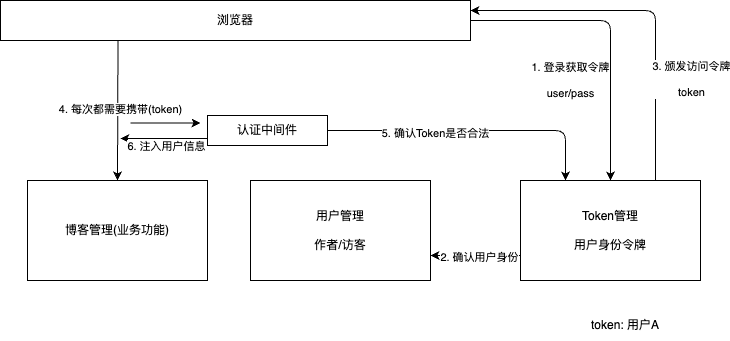
yyyyff/go_study keeps this draw.io diagram as vblog/docs/images/design.png. Above is the earlier version. Source tidied: cells renumbered, new cells last; positions are measured from the earlier drawing's top-left corner, leaving out a move shared by most shapes. The source it was exported from:
```xml
<mxGraphModel>
  <root>
    <mxCell id="0" />
    <mxCell id="1" parent="0" />
    <mxCell id="2" value="博客管理(业务功能)" style="rounded=0;whiteSpace=wrap;html=1;" parent="1" vertex="1">
      <mxGeometry x="27" y="180" width="180" height="100" as="geometry" />
    </mxCell>
    <mxCell id="3" value="用户管理&lt;br&gt;&lt;br&gt;作者/访客" style="rounded=0;whiteSpace=wrap;html=1;" parent="1" vertex="1">
      <mxGeometry x="250" y="180" width="180" height="100" as="geometry" />
    </mxCell>
    <mxCell id="4" style="edgeStyle=none;html=1;exitX=0.25;exitY=1;exitDx=0;exitDy=0;entryX=0.5;entryY=0;entryDx=0;entryDy=0;" parent="1" edge="1" source="7" target="2">
      <mxGeometry relative="1" as="geometry" />
    </mxCell>
    <mxCell id="5" value="4. 每次都需要携带(token)" style="edgeLabel;html=1;align=center;verticalAlign=middle;points=[];" parent="4" vertex="1">
      <mxGeometry x="-0.03" y="2" relative="1" as="geometry" />
    </mxCell>
    <mxCell id="6" value="1. 登录获取令牌&lt;br&gt;&lt;br&gt;user/pass" style="edgeStyle=orthogonalEdgeStyle;html=1;exitX=1;exitY=0.5;exitDx=0;exitDy=0;entryX=0.5;entryY=0;entryDx=0;entryDy=0;" parent="1" edge="1" source="7" target="18">
      <mxGeometry x="0.33" y="-40" relative="1" as="geometry" />
    </mxCell>
    <mxCell id="7" value="浏览器" style="rounded=0;whiteSpace=wrap;html=1;" parent="1" vertex="1">
      <mxGeometry width="470" height="40" as="geometry" />
    </mxCell>
    <mxCell id="8" style="edgeStyle=orthogonalEdgeStyle;html=1;exitX=0;exitY=1;exitDx=0;exitDy=0;" parent="1" edge="1">
      <mxGeometry relative="1" as="geometry">
        <mxPoint x="207" y="138" as="sourcePoint" />
        <mxPoint x="120" y="138" as="targetPoint" />
        <Array as="points">
          <mxPoint x="190" y="138" />
          <mxPoint x="190" y="138" />
        </Array>
      </mxGeometry>
    </mxCell>
    <mxCell id="9" value="6. 注入用户信息" style="edgeLabel;html=1;align=center;verticalAlign=middle;" parent="8" vertex="1">
      <mxGeometry x="-0.03" y="-5" relative="1" as="geometry">
        <mxPoint y="12" as="offset" />
      </mxGeometry>
    </mxCell>
    <mxCell id="10" style="edgeStyle=orthogonalEdgeStyle;html=1;exitX=1;exitY=0.5;exitDx=0;exitDy=0;entryX=0.25;entryY=0;entryDx=0;entryDy=0;" parent="1" edge="1" source="12" target="18">
      <mxGeometry relative="1" as="geometry" />
    </mxCell>
    <mxCell id="11" value="5. 确认Token是否合法" style="edgeLabel;html=1;align=center;verticalAlign=middle;" parent="10" vertex="1">
      <mxGeometry x="-0.26" y="-2" relative="1" as="geometry" />
    </mxCell>
    <mxCell id="12" value="认证中间件" style="rounded=0;whiteSpace=wrap;html=1;" parent="1" vertex="1">
      <mxGeometry x="207" y="115" width="120" height="30" as="geometry" />
    </mxCell>
    <mxCell id="13" style="endArrow=classic;html=1;" parent="1" edge="1">
      <mxGeometry relative="1" as="geometry">
        <mxPoint x="130" y="122.5" as="sourcePoint" />
        <mxPoint x="200" y="122.5" as="targetPoint" />
      </mxGeometry>
    </mxCell>
    <mxCell id="14" style="edgeStyle=orthogonalEdgeStyle;html=1;exitX=0.75;exitY=0;exitDx=0;exitDy=0;entryX=1;entryY=0.25;entryDx=0;entryDy=0;" parent="1" edge="1" source="18" target="7">
      <mxGeometry relative="1" as="geometry" />
    </mxCell>
    <mxCell id="15" value="3. 颁发访问令牌&lt;br&gt;&lt;br&gt;token" style="edgeLabel;html=1;align=center;verticalAlign=middle;" parent="14" vertex="1">
      <mxGeometry x="-0.36" y="-4" relative="1" as="geometry">
        <mxPoint x="31" y="12" as="offset" />
      </mxGeometry>
    </mxCell>
    <mxCell id="16" style="edgeStyle=orthogonalEdgeStyle;html=1;exitX=0;exitY=0.75;exitDx=0;exitDy=0;entryX=1;entryY=0.75;entryDx=0;entryDy=0;" parent="1" edge="1" source="18" target="3">
      <mxGeometry relative="1" as="geometry" />
    </mxCell>
    <mxCell id="17" value="2. 确认用户身份" style="edgeLabel;html=1;align=center;verticalAlign=middle;" parent="16" vertex="1">
      <mxGeometry x="-0.06" y="1" relative="1" as="geometry" />
    </mxCell>
    <mxCell id="18" value="Token管理&lt;br&gt;&lt;br&gt;用户身份令牌" style="rounded=0;whiteSpace=wrap;html=1;" parent="1" vertex="1">
      <mxGeometry x="520" y="180" width="180" height="100" as="geometry" />
    </mxCell>
    <mxCell id="19" value="token: 用户A" style="text;html=1;strokeColor=none;fillColor=none;align=center;verticalAlign=middle;whiteSpace=wrap;rounded=0;" parent="1" vertex="1">
      <mxGeometry x="570" y="310" width="110" height="30" as="geometry" />
    </mxCell>
  </root>
</mxGraphModel>
```
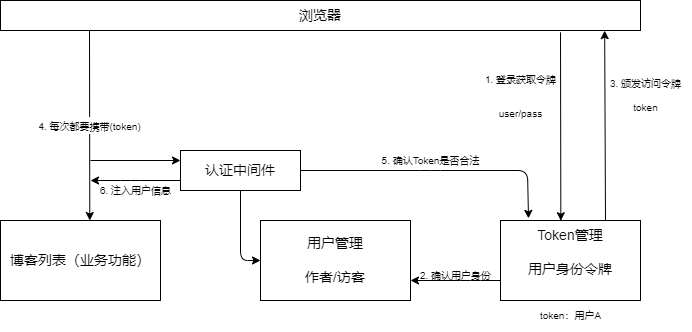
After the change.

Diff of the diagram source:
```diff
@@ -2,73 +2,84 @@
   <root>
     <mxCell id="0" />
     <mxCell id="1" parent="0" />
+    <mxCell id="20" value="&lt;font style=&quot;font-size: 14px;&quot;&gt;博客列表（业务功能）&lt;/font&gt;" style="rounded=0;whiteSpace=wrap;html=1;" parent="1" vertex="1">
+      <mxGeometry x="-60" y="370" width="160" height="80" as="geometry" />
+    </mxCell>
-    <mxCell id="2" value="博客管理(业务功能)" style="rounded=0;whiteSpace=wrap;html=1;" parent="1" vertex="1">
-      <mxGeometry x="27" y="180" width="180" height="100" as="geometry" />
+    <mxCell id="2" value="&lt;font style=&quot;font-size: 14px;&quot;&gt;用户管理&lt;br&gt;&lt;br&gt;作者/访客&lt;/font&gt;" style="rounded=0;whiteSpace=wrap;html=1;" parent="1" vertex="1">
+      <mxGeometry x="200" y="370" width="150" height="80" as="geometry" />
     </mxCell>
-    <mxCell id="3" value="用户管理&lt;br&gt;&lt;br&gt;作者/访客" style="rounded=0;whiteSpace=wrap;html=1;" parent="1" vertex="1">
-      <mxGeometry x="250" y="180" width="180" height="100" as="geometry" />
-    </mxCell>
-    <mxCell id="4" style="edgeStyle=none;html=1;exitX=0.25;exitY=1;exitDx=0;exitDy=0;entryX=0.5;entryY=0;entryDx=0;entryDy=0;" parent="1" edge="1" source="7" target="2">
-      <mxGeometry relative="1" as="geometry" />
+    <mxCell id="4" value="&lt;font style=&quot;font-size: 10px;&quot;&gt;4. 每次都要携带(token)&lt;/font&gt;" style="edgeStyle=none;html=1;entryX=0.558;entryY=0;entryDx=0;entryDy=0;entryPerimeter=0;fontSize=14;" parent="1" edge="1" target="20">
+      <mxGeometry relative="1" as="geometry">
+        <mxPoint x="29" y="180" as="sourcePoint" />
+      </mxGeometry>
     </mxCell>
+    <mxCell id="7" value="浏览器" style="rounded=0;whiteSpace=wrap;html=1;fontSize=14;" parent="1" vertex="1">
+      <mxGeometry x="-60" y="150" width="640" height="30" as="geometry" />
+    </mxCell>
+    <mxCell id="12" style="edgeStyle=none;html=1;exitX=0.5;exitY=1;exitDx=0;exitDy=0;entryX=0;entryY=0.5;entryDx=0;entryDy=0;fontSize=14;" parent="1" edge="1" source="5" target="2">
+      <mxGeometry relative="1" as="geometry">
+        <Array as="points">
+          <mxPoint x="180" y="410" />
+        </Array>
+      </mxGeometry>
+    </mxCell>
+    <mxCell id="21" style="edgeStyle=none;html=1;fontSize=14;entryX=0;entryY=0.25;entryDx=0;entryDy=0;" parent="1" edge="1" target="5">
+      <mxGeometry relative="1" as="geometry">
+        <mxPoint x="30" y="310" as="sourcePoint" />
+      </mxGeometry>
+    </mxCell>
+    <mxCell id="22" style="edgeStyle=none;html=1;fontSize=14;exitX=0;exitY=0.75;exitDx=0;exitDy=0;" parent="1" edge="1" source="5">
+      <mxGeometry relative="1" as="geometry">
+        <mxPoint x="30" y="330" as="targetPoint" />
+        <Array as="points">
+          <mxPoint x="70" y="330" />
+        </Array>
+      </mxGeometry>
+    </mxCell>
+    <mxCell id="17" style="edgeStyle=none;html=1;exitX=1;exitY=0.5;exitDx=0;exitDy=0;entryX=0.2;entryY=-0.027;entryDx=0;entryDy=0;entryPerimeter=0;fontSize=10;" parent="1" edge="1" source="5" target="8">
+      <mxGeometry relative="1" as="geometry">
+        <Array as="points">
+          <mxPoint x="370" y="320" />
+          <mxPoint x="467" y="320" />
+        </Array>
+      </mxGeometry>
+    </mxCell>
-    <mxCell id="5" value="4. 每次都需要携带(token)" style="edgeLabel;html=1;align=center;verticalAlign=middle;points=[];" parent="4" vertex="1">
-      <mxGeometry x="-0.03" y="2" relative="1" as="geometry" />
+    <mxCell id="5" value="认证中间件" style="rounded=0;whiteSpace=wrap;html=1;fontSize=14;" parent="1" vertex="1">
+      <mxGeometry x="120" y="300" width="120" height="40" as="geometry" />
     </mxCell>
-    <mxCell id="6" value="1. 登录获取令牌&lt;br&gt;&lt;br&gt;user/pass" style="edgeStyle=orthogonalEdgeStyle;html=1;exitX=1;exitY=0.5;exitDx=0;exitDy=0;entryX=0.5;entryY=0;entryDx=0;entryDy=0;" parent="1" edge="1" source="7" target="18">
-      <mxGeometry x="0.33" y="-40" relative="1" as="geometry" />
-    </mxCell>
-    <mxCell id="7" value="浏览器" style="rounded=0;whiteSpace=wrap;html=1;" parent="1" vertex="1">
-      <mxGeometry width="470" height="40" as="geometry" />
-    </mxCell>
-    <mxCell id="8" style="edgeStyle=orthogonalEdgeStyle;html=1;exitX=0;exitY=1;exitDx=0;exitDy=0;" parent="1" edge="1">
-      <mxGeometry relative="1" as="geometry">
-        <mxPoint x="207" y="138" as="sourcePoint" />
-        <mxPoint x="120" y="138" as="targetPoint" />
-        <Array as="points">
-          <mxPoint x="190" y="138" />
-          <mxPoint x="190" y="138" />
-        </Array>
-      </mxGeometry>
-    </mxCell>
-    <mxCell id="9" value="6. 注入用户信息" style="edgeLabel;html=1;align=center;verticalAlign=middle;" parent="8" vertex="1">
-      <mxGeometry x="-0.03" y="-5" relative="1" as="geometry">
-        <mxPoint y="12" as="offset" />
-      </mxGeometry>
-    </mxCell>
-    <mxCell id="10" style="edgeStyle=orthogonalEdgeStyle;html=1;exitX=1;exitY=0.5;exitDx=0;exitDy=0;entryX=0.25;entryY=0;entryDx=0;entryDy=0;" parent="1" edge="1" source="12" target="18">
+    <mxCell id="10" style="edgeStyle=none;html=1;fontSize=10;entryX=0.944;entryY=1.005;entryDx=0;entryDy=0;entryPerimeter=0;exitX=0.75;exitY=0;exitDx=0;exitDy=0;" parent="1" edge="1" source="8" target="7">
       <mxGeometry relative="1" as="geometry" />
     </mxCell>
-    <mxCell id="11" value="5. 确认Token是否合法" style="edgeLabel;html=1;align=center;verticalAlign=middle;" parent="10" vertex="1">
-      <mxGeometry x="-0.26" y="-2" relative="1" as="geometry" />
+    <mxCell id="11" style="edgeStyle=none;html=1;fontSize=10;exitX=0.875;exitY=1.061;exitDx=0;exitDy=0;exitPerimeter=0;entryX=0.431;entryY=0.003;entryDx=0;entryDy=0;entryPerimeter=0;" parent="1" edge="1" source="7" target="8">
+      <mxGeometry relative="1" as="geometry" />
     </mxCell>
-    <mxCell id="12" value="认证中间件" style="rounded=0;whiteSpace=wrap;html=1;" parent="1" vertex="1">
-      <mxGeometry x="207" y="115" width="120" height="30" as="geometry" />
-    </mxCell>
-    <mxCell id="13" style="endArrow=classic;html=1;" parent="1" edge="1">
-      <mxGeometry relative="1" as="geometry">
-        <mxPoint x="130" y="122.5" as="sourcePoint" />
-        <mxPoint x="200" y="122.5" as="targetPoint" />
-      </mxGeometry>
-    </mxCell>
-    <mxCell id="14" style="edgeStyle=orthogonalEdgeStyle;html=1;exitX=0.75;exitY=0;exitDx=0;exitDy=0;entryX=1;entryY=0.25;entryDx=0;entryDy=0;" parent="1" edge="1" source="18" target="7">
-      <mxGeometry relative="1" as="geometry" />
-    </mxCell>
-    <mxCell id="15" value="3. 颁发访问令牌&lt;br&gt;&lt;br&gt;token" style="edgeLabel;html=1;align=center;verticalAlign=middle;" parent="14" vertex="1">
-      <mxGeometry x="-0.36" y="-4" relative="1" as="geometry">
-        <mxPoint x="31" y="12" as="offset" />
-      </mxGeometry>
-    </mxCell>
+    <mxCell id="23" style="edgeStyle=none;html=1;exitX=0;exitY=0.75;exitDx=0;exitDy=0;entryX=1;entryY=0.75;entryDx=0;entryDy=0;fontSize=10;" parent="1" edge="1" source="8" target="2">
+      <mxGeometry relative="1" as="geometry">
+        <Array as="points">
+          <mxPoint x="410" y="430" />
+        </Array>
+      </mxGeometry>
+    </mxCell>
+    <mxCell id="8" value="&lt;font style=&quot;font-size: 14px;&quot;&gt;Token管理&lt;br&gt;&lt;br&gt;用户身份令牌&lt;br&gt;&lt;br&gt;&lt;/font&gt;" style="rounded=0;whiteSpace=wrap;html=1;fontSize=10;" parent="1" vertex="1">
+      <mxGeometry x="440" y="370" width="140" height="80" as="geometry" />
+    </mxCell>
+    <mxCell id="6" value="&lt;font style=&quot;font-size: 10px;&quot;&gt;1. 登录获取令牌&lt;br&gt;&lt;br&gt;user/pass&lt;/font&gt;" style="text;html=1;align=center;verticalAlign=middle;strokeColor=none;fillColor=none;fontSize=14;" parent="1" vertex="1">
+      <mxGeometry x="415" y="215" width="90" height="60" as="geometry" />
+    </mxCell>
-    <mxCell id="16" style="edgeStyle=orthogonalEdgeStyle;html=1;exitX=0;exitY=0.75;exitDx=0;exitDy=0;entryX=1;entryY=0.75;entryDx=0;entryDy=0;" parent="1" edge="1" source="18" target="3">
-      <mxGeometry relative="1" as="geometry" />
+    <mxCell id="16" value="3. 颁发访问令牌&lt;br&gt;&lt;br&gt;token" style="text;html=1;align=center;verticalAlign=middle;strokeColor=none;fillColor=none;fontSize=10;" parent="1" vertex="1">
+      <mxGeometry x="540" y="220" width="90" height="50" as="geometry" />
     </mxCell>
-    <mxCell id="17" value="2. 确认用户身份" style="edgeLabel;html=1;align=center;verticalAlign=middle;" parent="16" vertex="1">
-      <mxGeometry x="-0.06" y="1" relative="1" as="geometry" />
-    </mxCell>
-    <mxCell id="18" value="Token管理&lt;br&gt;&lt;br&gt;用户身份令牌" style="rounded=0;whiteSpace=wrap;html=1;" parent="1" vertex="1">
-      <mxGeometry x="520" y="180" width="180" height="100" as="geometry" />
-    </mxCell>
-    <mxCell id="19" value="token: 用户A" style="text;html=1;strokeColor=none;fillColor=none;align=center;verticalAlign=middle;whiteSpace=wrap;rounded=0;" parent="1" vertex="1">
-      <mxGeometry x="570" y="310" width="110" height="30" as="geometry" />
-    </mxCell>
+    <mxCell id="24" value="5. 确认Token是否合法" style="text;html=1;align=center;verticalAlign=middle;strokeColor=none;fillColor=none;fontSize=10;" parent="1" vertex="1">
+      <mxGeometry x="310" y="295" width="120" height="30" as="geometry" />
+    </mxCell>
+    <mxCell id="25" value="token：用户A" style="text;html=1;align=center;verticalAlign=middle;strokeColor=none;fillColor=none;fontSize=10;" parent="1" vertex="1">
+      <mxGeometry x="470" y="450" width="80" height="30" as="geometry" />
+    </mxCell>
+    <mxCell id="26" value="2. 确认用户身份" style="text;html=1;align=center;verticalAlign=middle;strokeColor=none;fillColor=none;fontSize=10;" parent="1" vertex="1">
+      <mxGeometry x="350" y="410" width="90" height="30" as="geometry" />
+    </mxCell>
+    <mxCell id="9" value="6. 注入用户信息" style="text;html=1;align=center;verticalAlign=middle;strokeColor=none;fillColor=none;fontSize=10;" parent="1" vertex="1">
+      <mxGeometry x="30" y="325" width="90" height="30" as="geometry" />
+    </mxCell>
   </root>
 </mxGraphModel>
```
